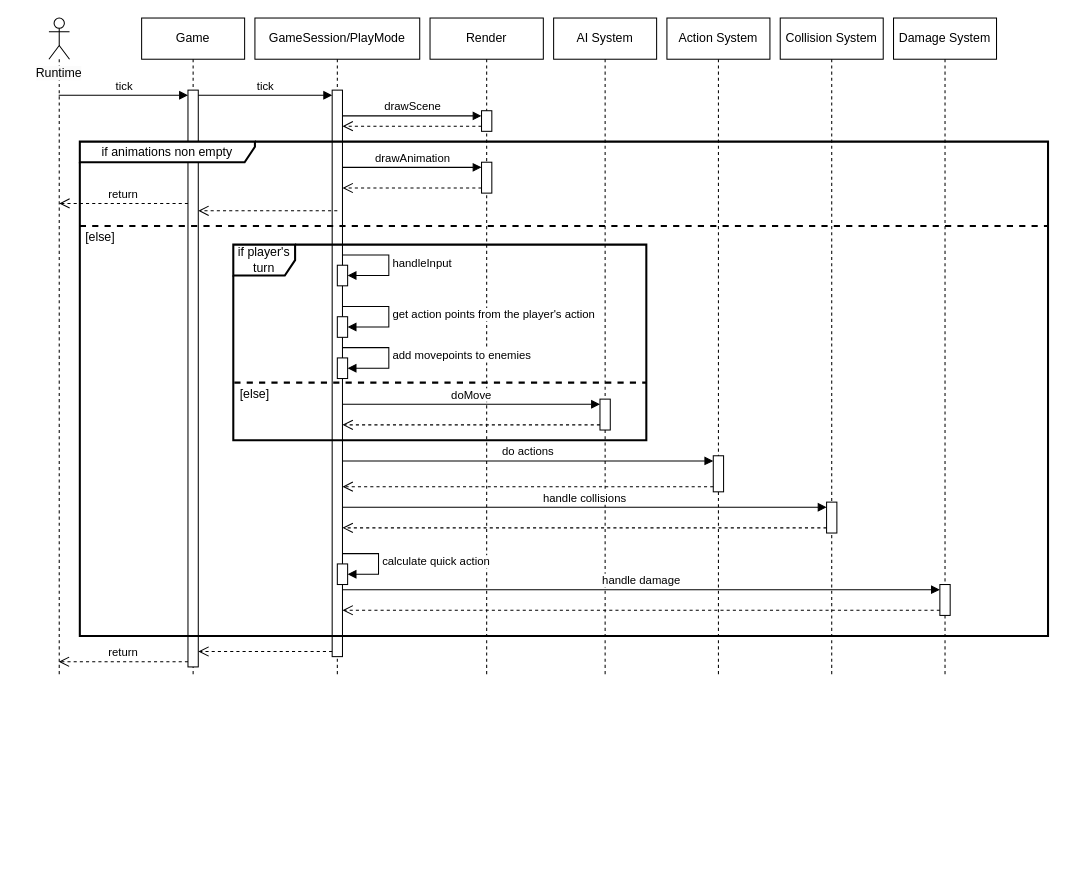
This is page "PlayMode tick" (3 of 3) of docs/schemas.drawio from vladimir-popov/forgotten_catacombs, a draw.io file, before an edit. Source tidied: cells renumbered, new cells numbered last; positions are measured from the earlier drawing's top-left corner, leaving out a move shared by most shapes. Both pictures are drawn from the tidied source at 103%, with x=0, y=0 at pixel (18, 18).
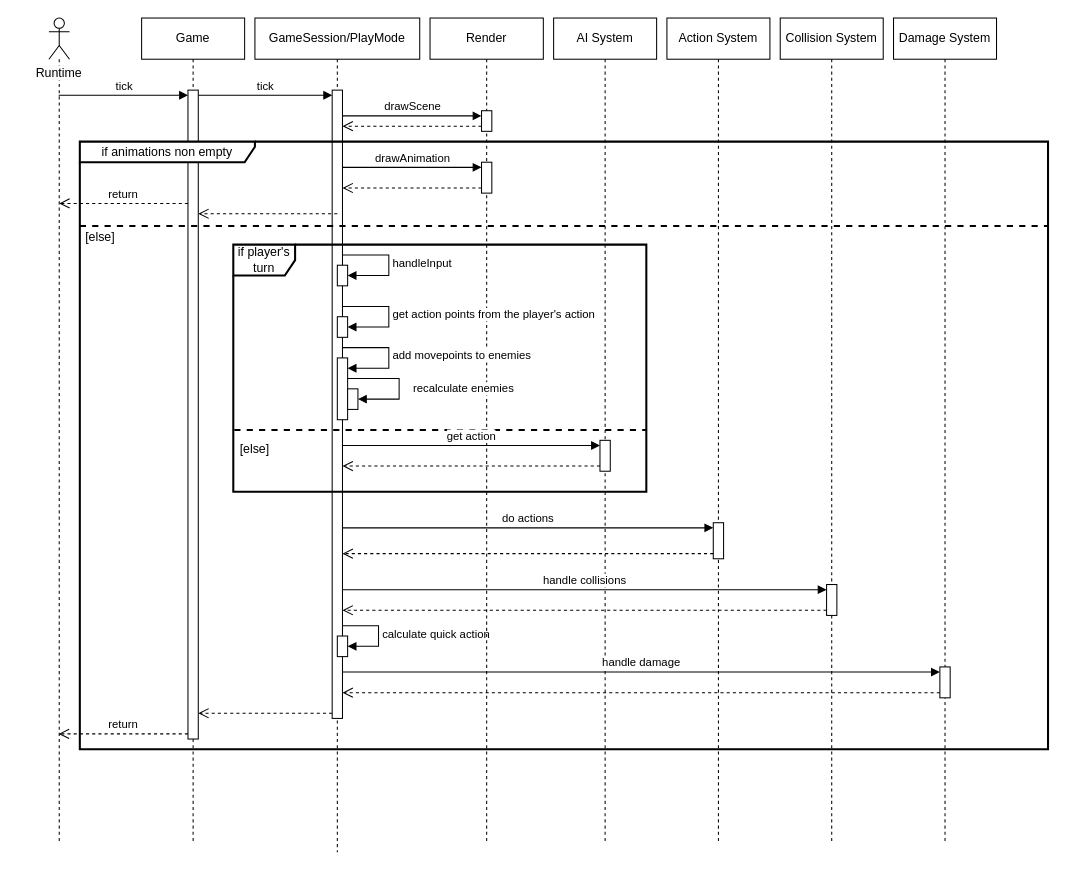
After the change.

What changed in the source:
```diff
@@
     <mxCell id="2" style="shape=umlLifeline;perimeter=lifelinePerimeter;whiteSpace=wrap;html=1;outlineConnect=0;portConstraint=eastwest;newEdgeStyle={&quot;curved&quot;:0,&quot;rounded&quot;:0};participant=umlActor;size=40;" parent="1" vertex="1">
-      <mxGeometry x="30" width="20" height="640" as="geometry" />
+      <mxGeometry x="30" width="20" height="800" as="geometry" />
     </mxCell>
@@
     <mxCell id="4" value="Game" style="shape=umlLifeline;perimeter=lifelinePerimeter;whiteSpace=wrap;html=1;newEdgeStyle={&quot;curved&quot;:0,&quot;rounded&quot;:0};" parent="1" vertex="1">
-      <mxGeometry x="120" width="100" height="640" as="geometry" />
+      <mxGeometry x="120" width="100" height="800" as="geometry" />
     </mxCell>
     <mxCell id="5" style="html=1;points=[[0,0,0,0,5],[0,1,0,0,-5],[1,0,0,0,5],[1,1,0,0,-5]];perimeter=orthogonalPerimeter;outlineConnect=0;targetShapes=umlLifeline;portConstraint=eastwest;newEdgeStyle={&quot;curved&quot;:0,&quot;rounded&quot;:0};" parent="4" vertex="1">
-      <mxGeometry x="45" y="70" width="10" height="560" as="geometry" />
+      <mxGeometry x="45" y="70" width="10" height="630" as="geometry" />
     </mxCell>
     <mxCell id="6" value="GameSession/PlayMode" style="shape=umlLifeline;perimeter=lifelinePerimeter;whiteSpace=wrap;html=1;newEdgeStyle={&quot;curved&quot;:0,&quot;rounded&quot;:0};" parent="1" vertex="1">
-      <mxGeometry x="230" width="160" height="640" as="geometry" />
+      <mxGeometry x="230" width="160" height="810" as="geometry" />
     </mxCell>
     <mxCell id="7" style="html=1;points=[[0,0,0,0,5],[0,1,0,0,-5],[1,0,0,0,5],[1,1,0,0,-5]];perimeter=orthogonalPerimeter;outlineConnect=0;targetShapes=umlLifeline;portConstraint=eastwest;newEdgeStyle={&quot;curved&quot;:0,&quot;rounded&quot;:0};" parent="6" vertex="1">
-      <mxGeometry x="75" y="70" width="10" height="550" as="geometry" />
+      <mxGeometry x="75" y="70" width="10" height="610" as="geometry" />
     </mxCell>
+    <mxCell id="43" value="calculate quick action" style="html=1;align=left;spacingLeft=2;endArrow=block;rounded=0;edgeStyle=orthogonalEdgeStyle;curved=0;rounded=0;" parent="6" edge="1" target="42">
+      <mxGeometry relative="1" as="geometry">
+        <mxPoint x="85" y="590" as="sourcePoint" />
+        <Array as="points">
+          <mxPoint x="120" y="590" />
+          <mxPoint x="120" y="610" />
+        </Array>
+      </mxGeometry>
+    </mxCell>
+    <mxCell id="42" style="html=1;points=[[0,0,0,0,5],[0,1,0,0,-5],[1,0,0,0,5],[1,1,0,0,-5]];perimeter=orthogonalPerimeter;outlineConnect=0;targetShapes=umlLifeline;portConstraint=eastwest;newEdgeStyle={&quot;curved&quot;:0,&quot;rounded&quot;:0};" parent="6" vertex="1">
+      <mxGeometry x="80" y="600" width="10" height="20" as="geometry" />
+    </mxCell>
@@
     <mxCell id="12" value="Render" style="shape=umlLifeline;perimeter=lifelinePerimeter;whiteSpace=wrap;html=1;newEdgeStyle={&quot;curved&quot;:0,&quot;rounded&quot;:0};" parent="1" vertex="1">
-      <mxGeometry x="400" width="110" height="640" as="geometry" />
+      <mxGeometry x="400" width="110" height="800" as="geometry" />
     </mxCell>
@@
     <mxCell id="17" value="if animations non empty" style="shape=umlFrame;whiteSpace=wrap;html=1;width=170;height=20;strokeWidth=2;" parent="1" vertex="1">
-      <mxGeometry x="60" y="120" width="940" height="480" as="geometry" />
+      <mxGeometry x="60" y="120" width="940" height="590" as="geometry" />
     </mxCell>
@@
     <mxCell id="20" value="if player's turn" style="shape=umlFrame;whiteSpace=wrap;html=1;strokeWidth=2;" parent="1" vertex="1">
-      <mxGeometry x="209" y="220" width="401" height="190" as="geometry" />
+      <mxGeometry x="209" y="220" width="401" height="240" as="geometry" />
     </mxCell>
@@
     <mxCell id="23" style="html=1;points=[[0,0,0,0,5],[0,1,0,0,-5],[1,0,0,0,5],[1,1,0,0,-5]];perimeter=orthogonalPerimeter;outlineConnect=0;targetShapes=umlLifeline;portConstraint=eastwest;newEdgeStyle={&quot;curved&quot;:0,&quot;rounded&quot;:0};" parent="1" vertex="1">
-      <mxGeometry x="310" y="330" width="10" height="20" as="geometry" />
+      <mxGeometry x="310" y="330" width="10" height="60" as="geometry" />
     </mxCell>
@@
-    <mxCell id="25" style="html=1;verticalAlign=bottom;endArrow=open;dashed=1;endSize=8;curved=0;rounded=0;exitX=0.5;exitY=0.213;exitDx=0;exitDy=0;exitPerimeter=0;" parent="1" edge="1" source="7" target="5">
-      <mxGeometry relative="1" as="geometry" />
+    <mxCell id="25" style="html=1;verticalAlign=bottom;endArrow=open;dashed=1;endSize=8;curved=0;rounded=0;" parent="1" edge="1" target="5">
+      <mxGeometry relative="1" as="geometry">
+        <mxPoint x="310" y="190" as="sourcePoint" />
+      </mxGeometry>
     </mxCell>
@@
     <mxCell id="29" style="line;strokeWidth=2;fillColor=none;align=left;verticalAlign=middle;spacingTop=-1;spacingLeft=3;spacingRight=3;labelPosition=right;strokeColor=inherit;dashed=1;" parent="1" vertex="1">
-      <mxGeometry x="210" y="350" width="400" height="8" as="geometry" />
+      <mxGeometry x="210" y="396" width="400" height="8" as="geometry" />
     </mxCell>
     <mxCell id="30" value="AI System" style="shape=umlLifeline;perimeter=lifelinePerimeter;whiteSpace=wrap;html=1;newEdgeStyle={&quot;curved&quot;:0,&quot;rounded&quot;:0};" parent="1" vertex="1">
-      <mxGeometry x="520" width="100" height="640" as="geometry" />
+      <mxGeometry x="520" width="100" height="800" as="geometry" />
     </mxCell>
     <mxCell id="31" style="html=1;points=[[0,0,0,0,5],[0,1,0,0,-5],[1,0,0,0,5],[1,1,0,0,-5]];perimeter=orthogonalPerimeter;outlineConnect=0;targetShapes=umlLifeline;portConstraint=eastwest;newEdgeStyle={&quot;curved&quot;:0,&quot;rounded&quot;:0};" parent="30" vertex="1">
-      <mxGeometry x="45" y="370" width="10" height="30" as="geometry" />
+      <mxGeometry x="45" y="410" width="10" height="30" as="geometry" />
     </mxCell>
-    <mxCell id="32" value="doMove" style="html=1;verticalAlign=bottom;endArrow=block;curved=0;rounded=0;entryX=0;entryY=0;entryDx=0;entryDy=5;" parent="1" edge="1" source="7" target="31">
+    <mxCell id="32" value="get action" style="html=1;verticalAlign=bottom;endArrow=block;curved=0;rounded=0;entryX=0;entryY=0;entryDx=0;entryDy=5;" parent="1" edge="1" source="7" target="31">
       <mxGeometry relative="1" as="geometry" />
     </mxCell>
@@
     <mxCell id="34" value="Action System" style="shape=umlLifeline;perimeter=lifelinePerimeter;whiteSpace=wrap;html=1;newEdgeStyle={&quot;curved&quot;:0,&quot;rounded&quot;:0};" parent="1" vertex="1">
-      <mxGeometry x="630" width="100" height="640" as="geometry" />
+      <mxGeometry x="630" width="100" height="800" as="geometry" />
     </mxCell>
     <mxCell id="35" style="html=1;points=[[0,0,0,0,5],[0,1,0,0,-5],[1,0,0,0,5],[1,1,0,0,-5]];perimeter=orthogonalPerimeter;outlineConnect=0;targetShapes=umlLifeline;portConstraint=eastwest;newEdgeStyle={&quot;curved&quot;:0,&quot;rounded&quot;:0};" parent="34" vertex="1">
-      <mxGeometry x="45" y="425" width="10" height="35" as="geometry" />
+      <mxGeometry x="45" y="490" width="10" height="35" as="geometry" />
     </mxCell>
     <mxCell id="36" value="Collision System" style="shape=umlLifeline;perimeter=lifelinePerimeter;whiteSpace=wrap;html=1;newEdgeStyle={&quot;curved&quot;:0,&quot;rounded&quot;:0};" parent="1" vertex="1">
-      <mxGeometry x="740" width="100" height="640" as="geometry" />
+      <mxGeometry x="740" width="100" height="800" as="geometry" />
     </mxCell>
     <mxCell id="37" style="html=1;points=[[0,0,0,0,5],[0,1,0,0,-5],[1,0,0,0,5],[1,1,0,0,-5]];perimeter=orthogonalPerimeter;outlineConnect=0;targetShapes=umlLifeline;portConstraint=eastwest;newEdgeStyle={&quot;curved&quot;:0,&quot;rounded&quot;:0};" parent="36" vertex="1">
-      <mxGeometry x="45" y="470" width="10" height="30" as="geometry" />
+      <mxGeometry x="45" y="550" width="10" height="30" as="geometry" />
     </mxCell>
@@
-    <mxCell id="42" style="html=1;points=[[0,0,0,0,5],[0,1,0,0,-5],[1,0,0,0,5],[1,1,0,0,-5]];perimeter=orthogonalPerimeter;outlineConnect=0;targetShapes=umlLifeline;portConstraint=eastwest;newEdgeStyle={&quot;curved&quot;:0,&quot;rounded&quot;:0};" parent="1" vertex="1">
-      <mxGeometry x="310" y="530" width="10" height="20" as="geometry" />
-    </mxCell>
-    <mxCell id="43" value="calculate quick action" style="html=1;align=left;spacingLeft=2;endArrow=block;rounded=0;edgeStyle=orthogonalEdgeStyle;curved=0;rounded=0;" parent="1" edge="1" source="7" target="42">
-      <mxGeometry relative="1" as="geometry">
-        <Array as="points">
-          <mxPoint x="350" y="520" />
-          <mxPoint x="350" y="540" />
-        </Array>
-      </mxGeometry>
-    </mxCell>
     <mxCell id="44" value="Damage System" style="shape=umlLifeline;perimeter=lifelinePerimeter;whiteSpace=wrap;html=1;newEdgeStyle={&quot;curved&quot;:0,&quot;rounded&quot;:0};" parent="1" vertex="1">
-      <mxGeometry x="850" width="100" height="640" as="geometry" />
+      <mxGeometry x="850" width="100" height="800" as="geometry" />
     </mxCell>
     <mxCell id="45" style="html=1;points=[[0,0,0,0,5],[0,1,0,0,-5],[1,0,0,0,5],[1,1,0,0,-5]];perimeter=orthogonalPerimeter;outlineConnect=0;targetShapes=umlLifeline;portConstraint=eastwest;newEdgeStyle={&quot;curved&quot;:0,&quot;rounded&quot;:0};" parent="44" vertex="1">
-      <mxGeometry x="45" y="550" width="10" height="30" as="geometry" />
+      <mxGeometry x="45" y="630" width="10" height="30" as="geometry" />
     </mxCell>
@@
     <mxCell id="48" value="[else]" style="text;html=1;align=center;verticalAlign=middle;whiteSpace=wrap;rounded=0;" parent="1" vertex="1">
-      <mxGeometry x="200" y="350" width="60" height="30" as="geometry" />
+      <mxGeometry x="200" y="404" width="60" height="30" as="geometry" />
     </mxCell>
@@
+    <mxCell id="51" style="html=1;points=[[0,0,0,0,5],[0,1,0,0,-5],[1,0,0,0,5],[1,1,0,0,-5]];perimeter=orthogonalPerimeter;outlineConnect=0;targetShapes=umlLifeline;portConstraint=eastwest;newEdgeStyle={&quot;curved&quot;:0,&quot;rounded&quot;:0};" parent="1" vertex="1">
+      <mxGeometry x="320" y="360" width="10" height="20" as="geometry" />
+    </mxCell>
+    <mxCell id="52" value="recalculate enemies" style="html=1;align=left;spacingLeft=2;endArrow=block;rounded=0;edgeStyle=orthogonalEdgeStyle;curved=0;rounded=0;" parent="1" edge="1" source="23" target="51">
+      <mxGeometry x="0.09" y="10" relative="1" as="geometry">
+        <Array as="points">
+          <mxPoint x="370" y="350" />
+          <mxPoint x="370" y="370" />
+        </Array>
+      </mxGeometry>
+    </mxCell>
```
